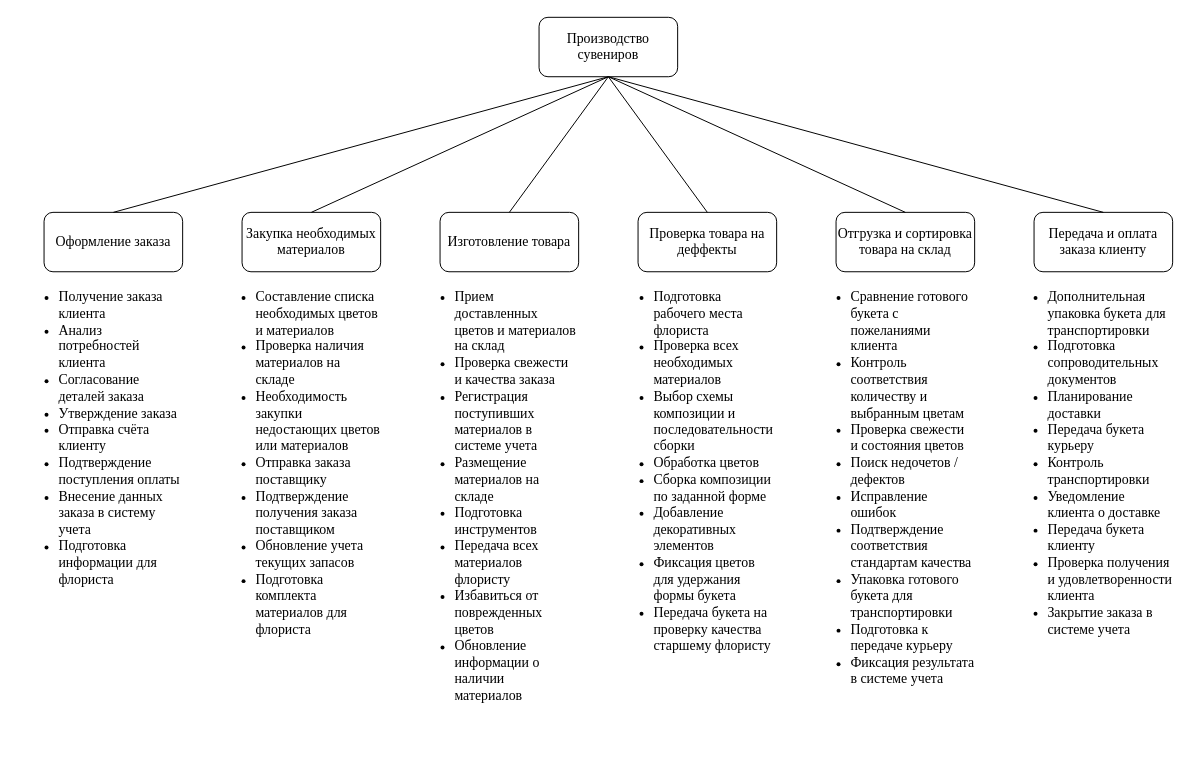
Before: LABB3.drawio in 1kxri/MISPIS, a draw.io diagram. Source tidied: cells renumbered, new cells numbered last; positions are measured from the earlier drawing's top-left corner, leaving out a move shared by most shapes. Both pictures are drawn from the tidied source at 99%, with x=0, y=0 at pixel (17, 17).
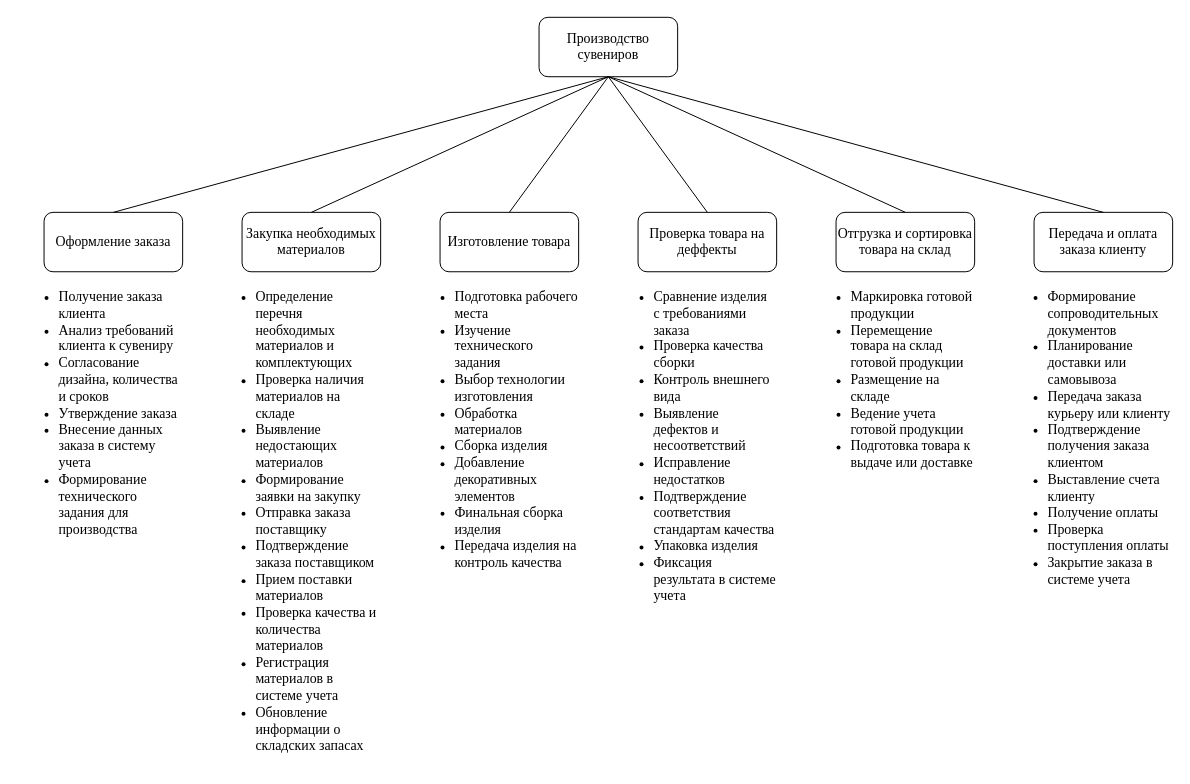
After the change.

What changed in the source:
```diff
@@
-    <mxCell id="15" value="&lt;ul&gt;&lt;li&gt;&lt;span style=&quot;background-color: transparent; color: light-dark(rgb(0, 0, 0), rgb(255, 255, 255)); font-family: &amp;quot;Times New Roman&amp;quot;; font-size: 14px;&quot;&gt;Получение заказа клиента&lt;/span&gt;&lt;/li&gt;&lt;li&gt;&lt;span style=&quot;background-color: transparent; color: light-dark(rgb(0, 0, 0), rgb(255, 255, 255)); font-family: &amp;quot;Times New Roman&amp;quot;; font-size: 14px;&quot;&gt;Анализ потребностей клиента&lt;/span&gt;&lt;/li&gt;&lt;li&gt;&lt;span style=&quot;background-color: transparent; color: light-dark(rgb(0, 0, 0), rgb(255, 255, 255)); font-family: &amp;quot;Times New Roman&amp;quot;; font-size: 14px;&quot;&gt;Согласование деталей заказа&lt;/span&gt;&lt;/li&gt;&lt;li&gt;&lt;span style=&quot;background-color: transparent; color: light-dark(rgb(0, 0, 0), rgb(255, 255, 255)); font-family: &amp;quot;Times New Roman&amp;quot;; font-size: 14px;&quot;&gt;Утверждение заказа&lt;/span&gt;&lt;/li&gt;&lt;li&gt;&lt;span style=&quot;background-color: transparent; color: light-dark(rgb(0, 0, 0), rgb(255, 255, 255)); font-family: &amp;quot;Times New Roman&amp;quot;; font-size: 14px;&quot;&gt;Отправка счёта клиенту&lt;/span&gt;&lt;/li&gt;&lt;li&gt;&lt;span style=&quot;background-color: transparent; color: light-dark(rgb(0, 0, 0), rgb(255, 255, 255)); font-family: &amp;quot;Times New Roman&amp;quot;; font-size: 14px;&quot;&gt;Подтверждение поступления оплаты&lt;/span&gt;&lt;/li&gt;&lt;li&gt;&lt;span style=&quot;background-color: transparent; color: light-dark(rgb(0, 0, 0), rgb(255, 255, 255)); font-family: &amp;quot;Times New Roman&amp;quot;; font-size: 14px;&quot;&gt;Внесение данных заказа в систему учета&lt;/span&gt;&lt;/li&gt;&lt;li&gt;&lt;span style=&quot;background-color: transparent; color: light-dark(rgb(0, 0, 0), rgb(255, 255, 255)); font-family: &amp;quot;Times New Roman&amp;quot;; font-size: 14px;&quot;&gt;Подготовка информации для флориста&lt;/span&gt;&lt;/li&gt;&lt;/ul&gt;" style="text;html=1;whiteSpace=wrap;strokeColor=none;fillColor=none;align=left;verticalAlign=top;rounded=0;horizontal=1;" parent="1" vertex="1">
+    <mxCell id="15" value="&lt;ul&gt;&lt;li&gt;&lt;span style=&quot;background-color: transparent; color: light-dark(rgb(0, 0, 0), rgb(255, 255, 255)); font-family: &amp;quot;Times New Roman&amp;quot;; font-size: 14px;&quot;&gt;Получение заказа клиента&lt;/span&gt;&lt;/li&gt;&lt;li&gt;&lt;font style=&quot;font-size: 14px;&quot; face=&quot;Times New Roman&quot;&gt;Анализ требований клиента к сувениру&lt;/font&gt;&lt;br&gt;&lt;/li&gt;&lt;li&gt;&lt;font face=&quot;Times New Roman&quot; style=&quot;font-size: 14px;&quot;&gt;Согласование дизайна, количества и сроков&lt;/font&gt;&lt;/li&gt;&lt;li&gt;&lt;span style=&quot;background-color: transparent; color: light-dark(rgb(0, 0, 0), rgb(255, 255, 255)); font-family: &amp;quot;Times New Roman&amp;quot;; font-size: 14px;&quot;&gt;Утверждение заказа&lt;/span&gt;&lt;/li&gt;&lt;li&gt;&lt;font style=&quot;font-size: 14px;&quot; face=&quot;Times New Roman&quot;&gt;Внесение данных заказа в систему учета&lt;/font&gt;&lt;/li&gt;&lt;li&gt;&lt;font style=&quot;font-size: 14px;&quot; face=&quot;Times New Roman&quot;&gt;Формирование технического задания для производства&lt;/font&gt;&lt;/li&gt;&lt;/ul&gt;" style="text;html=1;whiteSpace=wrap;strokeColor=none;fillColor=none;align=left;verticalAlign=top;rounded=0;horizontal=1;" parent="1" vertex="1">
       <mxGeometry y="256" width="167" height="455" as="geometry" />
     </mxCell>
-    <mxCell id="16" value="&lt;ul&gt;&lt;li&gt;&lt;font face=&quot;Times New Roman&quot;&gt;&lt;span style=&quot;font-size: 14px;&quot;&gt;Составление списка необходимых цветов и материалов&lt;/span&gt;&lt;/font&gt;&lt;/li&gt;&lt;li&gt;&lt;font face=&quot;Times New Roman&quot;&gt;&lt;span style=&quot;font-size: 14px;&quot;&gt;Проверка наличия&amp;nbsp; материалов на складе&lt;/span&gt;&lt;/font&gt;&lt;/li&gt;&lt;li&gt;&lt;font face=&quot;Times New Roman&quot;&gt;&lt;span style=&quot;font-size: 14px;&quot;&gt;Необходимость закупки недостающих цветов или материалов&lt;/span&gt;&lt;/font&gt;&lt;/li&gt;&lt;li&gt;&lt;font face=&quot;Times New Roman&quot;&gt;&lt;span style=&quot;font-size: 14px;&quot;&gt;Отправка заказа поставщику&lt;/span&gt;&lt;/font&gt;&lt;/li&gt;&lt;li&gt;&lt;font face=&quot;Times New Roman&quot;&gt;&lt;span style=&quot;font-size: 14px;&quot;&gt;Подтверждение получения заказа поставщиком&lt;/span&gt;&lt;/font&gt;&lt;/li&gt;&lt;li&gt;&lt;font face=&quot;Times New Roman&quot;&gt;&lt;span style=&quot;font-size: 14px;&quot;&gt;Обновление учета текущих запасов&lt;/span&gt;&lt;/font&gt;&lt;/li&gt;&lt;li&gt;&lt;font face=&quot;Times New Roman&quot;&gt;&lt;span style=&quot;font-size: 14px;&quot;&gt;Подготовка комплекта материалов для флориста&lt;/span&gt;&lt;/font&gt;&lt;/li&gt;&lt;/ul&gt;" style="text;html=1;whiteSpace=wrap;strokeColor=none;fillColor=none;align=left;verticalAlign=top;rounded=0;" parent="1" vertex="1">
+    <mxCell id="16" value="&lt;ul&gt;&lt;li&gt;&lt;font style=&quot;font-size: 14px;&quot; face=&quot;Times New Roman&quot;&gt;Определение перечня необходимых материалов и комплектующих&lt;/font&gt;&lt;/li&gt;&lt;li&gt;&lt;font style=&quot;font-size: 14px;&quot; face=&quot;Times New Roman&quot;&gt;Проверка наличия материалов на складе&lt;/font&gt;&lt;/li&gt;&lt;li&gt;&lt;font style=&quot;font-size: 14px;&quot; face=&quot;Times New Roman&quot;&gt;Выявление недостающих материалов&lt;/font&gt;&lt;/li&gt;&lt;li&gt;&lt;font style=&quot;font-size: 14px;&quot; face=&quot;Times New Roman&quot;&gt;Формирование заявки на закупку&lt;/font&gt;&lt;/li&gt;&lt;li&gt;&lt;font style=&quot;font-size: 14px;&quot; face=&quot;Times New Roman&quot;&gt;Отправка заказа поставщику&lt;/font&gt;&lt;/li&gt;&lt;li&gt;&lt;font style=&quot;font-size: 14px;&quot; face=&quot;Times New Roman&quot;&gt;Подтверждение заказа поставщиком&lt;/font&gt;&lt;/li&gt;&lt;li&gt;&lt;font style=&quot;font-size: 14px;&quot; face=&quot;Times New Roman&quot;&gt;Прием поставки материалов&lt;/font&gt;&lt;/li&gt;&lt;li&gt;&lt;font style=&quot;font-size: 14px;&quot; face=&quot;Times New Roman&quot;&gt;Проверка качества и количества материалов&lt;/font&gt;&lt;/li&gt;&lt;li&gt;&lt;font style=&quot;font-size: 14px;&quot; face=&quot;Times New Roman&quot;&gt;Регистрация материалов в системе учета&lt;/font&gt;&lt;/li&gt;&lt;li&gt;&lt;font style=&quot;font-size: 14px;&quot; face=&quot;Times New Roman&quot;&gt;Обновление информации о складских запасах&lt;/font&gt;&lt;/li&gt;&lt;/ul&gt;" style="text;html=1;whiteSpace=wrap;strokeColor=none;fillColor=none;align=left;verticalAlign=top;rounded=0;" parent="1" vertex="1">
       <mxGeometry x="199" y="256" width="168" height="455" as="geometry" />
     </mxCell>
-    <mxCell id="17" value="&lt;ul&gt;&lt;li&gt;&lt;font face=&quot;Times New Roman&quot;&gt;&lt;span style=&quot;font-size: 14px;&quot;&gt;Прием доставленных цветов и материалов на склад&lt;/span&gt;&lt;/font&gt;&lt;/li&gt;&lt;li&gt;&lt;font face=&quot;Times New Roman&quot;&gt;&lt;span style=&quot;font-size: 14px;&quot;&gt;Проверка свежести и качества заказа&lt;/span&gt;&lt;/font&gt;&lt;/li&gt;&lt;li&gt;&lt;font face=&quot;Times New Roman&quot;&gt;&lt;span style=&quot;font-size: 14px;&quot;&gt;Регистрация поступивших материалов в системе учета&lt;/span&gt;&lt;/font&gt;&lt;/li&gt;&lt;li&gt;&lt;font face=&quot;Times New Roman&quot;&gt;&lt;span style=&quot;font-size: 14px;&quot;&gt;Размещение материалов на складе&lt;/span&gt;&lt;/font&gt;&lt;/li&gt;&lt;li&gt;&lt;font face=&quot;Times New Roman&quot;&gt;&lt;span style=&quot;font-size: 14px;&quot;&gt;Подготовка инструментов&lt;/span&gt;&lt;/font&gt;&lt;/li&gt;&lt;li&gt;&lt;font face=&quot;Times New Roman&quot;&gt;&lt;span style=&quot;font-size: 14px;&quot;&gt;Передача всех материалов флористу&lt;/span&gt;&lt;/font&gt;&lt;/li&gt;&lt;li&gt;&lt;font face=&quot;Times New Roman&quot;&gt;&lt;span style=&quot;font-size: 14px;&quot;&gt;Избавиться от поврежденных цветов&lt;/span&gt;&lt;/font&gt;&lt;/li&gt;&lt;li&gt;&lt;font face=&quot;Times New Roman&quot;&gt;&lt;span style=&quot;font-size: 14px;&quot;&gt;Обновление информации о наличии материалов&amp;nbsp;&lt;/span&gt;&lt;/font&gt;&lt;/li&gt;&lt;/ul&gt;" style="text;html=1;whiteSpace=wrap;strokeColor=none;fillColor=none;align=left;verticalAlign=top;rounded=0;" parent="1" vertex="1">
+    <mxCell id="17" value="&lt;ul&gt;&lt;li&gt;&lt;font style=&quot;font-size: 14px;&quot; face=&quot;Times New Roman&quot;&gt;Подготовка рабочего места&lt;/font&gt;&lt;/li&gt;&lt;li&gt;&lt;font style=&quot;font-size: 14px;&quot; face=&quot;Times New Roman&quot;&gt;Изучение технического задания&lt;/font&gt;&lt;/li&gt;&lt;li&gt;&lt;font style=&quot;font-size: 14px;&quot; face=&quot;Times New Roman&quot;&gt;Выбор технологии изготовления&lt;/font&gt;&lt;/li&gt;&lt;li&gt;&lt;font style=&quot;font-size: 14px;&quot; face=&quot;Times New Roman&quot;&gt;Обработка материалов&lt;/font&gt;&lt;/li&gt;&lt;li&gt;&lt;font style=&quot;font-size: 14px;&quot; face=&quot;Times New Roman&quot;&gt;Сборка изделия&lt;/font&gt;&lt;/li&gt;&lt;li&gt;&lt;font style=&quot;font-size: 14px;&quot; face=&quot;Times New Roman&quot;&gt;Добавление декоративных элементов&lt;/font&gt;&lt;/li&gt;&lt;li&gt;&lt;font style=&quot;font-size: 14px;&quot; face=&quot;Times New Roman&quot;&gt;Финальная сборка изделия&lt;/font&gt;&lt;/li&gt;&lt;li&gt;&lt;font style=&quot;font-size: 14px;&quot; face=&quot;Times New Roman&quot;&gt;Передача изделия на контроль качеств&lt;/font&gt;&lt;font style=&quot;font-size: 14px;&quot; face=&quot;Times New Roman&quot;&gt;а&lt;/font&gt;&lt;/li&gt;&lt;/ul&gt;" style="text;html=1;whiteSpace=wrap;strokeColor=none;fillColor=none;align=left;verticalAlign=top;rounded=0;" parent="1" vertex="1">
       <mxGeometry x="400" y="256" width="167" height="455" as="geometry" />
     </mxCell>
-    <mxCell id="18" value="&lt;ul&gt;&lt;li&gt;&lt;font face=&quot;Times New Roman&quot;&gt;&lt;span style=&quot;font-size: 14px;&quot;&gt;Подготовка рабочего места флориста&lt;/span&gt;&lt;/font&gt;&lt;/li&gt;&lt;li&gt;&lt;font face=&quot;Times New Roman&quot;&gt;&lt;span style=&quot;font-size: 14px;&quot;&gt;Проверка всех необходимых материалов&lt;/span&gt;&lt;/font&gt;&lt;/li&gt;&lt;li&gt;&lt;font face=&quot;Times New Roman&quot;&gt;&lt;span style=&quot;font-size: 14px;&quot;&gt;Выбор схемы композиции и последовательности сборки&lt;/span&gt;&lt;/font&gt;&lt;/li&gt;&lt;li&gt;&lt;font face=&quot;Times New Roman&quot;&gt;&lt;span style=&quot;font-size: 14px;&quot;&gt;Обработка цветов&lt;/span&gt;&lt;/font&gt;&lt;/li&gt;&lt;li&gt;&lt;font face=&quot;Times New Roman&quot;&gt;&lt;span style=&quot;font-size: 14px;&quot;&gt;Сборка композиции по заданной форме&lt;/span&gt;&lt;/font&gt;&lt;/li&gt;&lt;li&gt;&lt;font face=&quot;Times New Roman&quot;&gt;&lt;span style=&quot;font-size: 14px;&quot;&gt;Добавление декоративных элементов&lt;/span&gt;&lt;/font&gt;&lt;/li&gt;&lt;li&gt;&lt;font face=&quot;Times New Roman&quot;&gt;&lt;span style=&quot;font-size: 14px;&quot;&gt;Фиксация цветов для удержания формы букета&lt;/span&gt;&lt;/font&gt;&lt;/li&gt;&lt;li&gt;&lt;font face=&quot;Times New Roman&quot;&gt;&lt;span style=&quot;font-size: 14px;&quot;&gt;Передача букета на проверку качества старшему флористу&amp;nbsp;&lt;/span&gt;&lt;/font&gt;&lt;/li&gt;&lt;/ul&gt;" style="text;html=1;whiteSpace=wrap;strokeColor=none;fillColor=none;align=left;verticalAlign=top;rounded=0;" parent="1" vertex="1">
+    <mxCell id="18" value="&lt;ul&gt;&lt;li&gt;&lt;font face=&quot;Times New Roman&quot; style=&quot;font-size: 14px;&quot;&gt;Сравнение изделия с требованиями заказа&lt;/font&gt;&lt;/li&gt;&lt;li&gt;&lt;font face=&quot;Times New Roman&quot; style=&quot;font-size: 14px;&quot;&gt;Проверка качества сборки&lt;/font&gt;&lt;/li&gt;&lt;li&gt;&lt;font face=&quot;Times New Roman&quot; style=&quot;font-size: 14px;&quot;&gt;Контроль внешнего вида&lt;/font&gt;&lt;/li&gt;&lt;li&gt;&lt;font face=&quot;Times New Roman&quot; style=&quot;font-size: 14px;&quot;&gt;Выявление дефектов и несоответствий&lt;/font&gt;&lt;/li&gt;&lt;li&gt;&lt;font face=&quot;Times New Roman&quot; style=&quot;font-size: 14px;&quot;&gt;Исправление недостатков&lt;/font&gt;&lt;/li&gt;&lt;li&gt;&lt;font face=&quot;Times New Roman&quot; style=&quot;font-size: 14px;&quot;&gt;Подтверждение соответствия стандартам качества&lt;/font&gt;&lt;/li&gt;&lt;li&gt;&lt;font face=&quot;Times New Roman&quot; style=&quot;font-size: 14px;&quot;&gt;Упаковка изделия&lt;/font&gt;&lt;/li&gt;&lt;li&gt;&lt;font face=&quot;Times New Roman&quot; style=&quot;font-size: 14px;&quot;&gt;Фиксация результата в системе учета&amp;nbsp;&lt;/font&gt;&lt;/li&gt;&lt;/ul&gt;" style="text;html=1;whiteSpace=wrap;strokeColor=none;fillColor=none;align=left;verticalAlign=top;rounded=0;" parent="1" vertex="1">
       <mxGeometry x="601" y="256" width="166" height="455" as="geometry" />
     </mxCell>
-    <mxCell id="19" value="&lt;div&gt;&lt;ul&gt;&lt;li&gt;&lt;font face=&quot;Times New Roman&quot;&gt;&lt;span style=&quot;font-size: 14px;&quot;&gt;Сравнение готового букета с пожеланиями клиента&lt;/span&gt;&lt;/font&gt;&lt;/li&gt;&lt;li&gt;&lt;font face=&quot;Times New Roman&quot;&gt;&lt;span style=&quot;font-size: 14px;&quot;&gt;Контроль соответствия количеству и выбранным цветам&lt;/span&gt;&lt;/font&gt;&lt;/li&gt;&lt;li&gt;&lt;font face=&quot;Times New Roman&quot;&gt;&lt;span style=&quot;font-size: 14px;&quot;&gt;Проверка свежести и состояния цветов&lt;/span&gt;&lt;/font&gt;&lt;/li&gt;&lt;li&gt;&lt;font face=&quot;Times New Roman&quot;&gt;&lt;span style=&quot;font-size: 14px;&quot;&gt;Поиск недочетов / дефектов&lt;/span&gt;&lt;/font&gt;&lt;/li&gt;&lt;li&gt;&lt;font face=&quot;Times New Roman&quot;&gt;&lt;span style=&quot;font-size: 14px;&quot;&gt;Исправление ошибок&lt;/span&gt;&lt;/font&gt;&lt;/li&gt;&lt;li&gt;&lt;font face=&quot;Times New Roman&quot;&gt;&lt;span style=&quot;font-size: 14px;&quot;&gt;Подтверждение соответствия стандартам качества&lt;/span&gt;&lt;/font&gt;&lt;/li&gt;&lt;li&gt;&lt;font face=&quot;Times New Roman&quot;&gt;&lt;span style=&quot;font-size: 14px;&quot;&gt;Упаковка готового букета для транспортировки&lt;/span&gt;&lt;/font&gt;&lt;/li&gt;&lt;li&gt;&lt;font face=&quot;Times New Roman&quot;&gt;&lt;span style=&quot;font-size: 14px;&quot;&gt;Подготовка к передаче курьеру&lt;/span&gt;&lt;/font&gt;&lt;/li&gt;&lt;li&gt;&lt;font face=&quot;Times New Roman&quot;&gt;&lt;span style=&quot;font-size: 14px;&quot;&gt;Фиксация результата в системе учета&lt;/span&gt;&lt;/font&gt;&lt;/li&gt;&lt;/ul&gt;&lt;/div&gt;" style="text;html=1;whiteSpace=wrap;strokeColor=none;fillColor=none;align=left;verticalAlign=top;rounded=0;" parent="1" vertex="1">
+    <mxCell id="19" value="&lt;ul&gt;&lt;li&gt;&lt;font style=&quot;font-size: 14px;&quot; face=&quot;Times New Roman&quot;&gt;Маркировка готовой продукции&lt;/font&gt;&lt;/li&gt;&lt;li&gt;&lt;font style=&quot;font-size: 14px;&quot; face=&quot;Times New Roman&quot;&gt;Перемещение товара на склад готовой продукции&lt;/font&gt;&lt;/li&gt;&lt;li&gt;&lt;font style=&quot;font-size: 14px;&quot; face=&quot;Times New Roman&quot;&gt;Размещение на складе&lt;/font&gt;&lt;/li&gt;&lt;li&gt;&lt;font style=&quot;font-size: 14px;&quot; face=&quot;Times New Roman&quot;&gt;Ведение учета готовой продукции&lt;/font&gt;&lt;/li&gt;&lt;li&gt;&lt;font style=&quot;font-size: 14px;&quot; face=&quot;Times New Roman&quot;&gt;Подготовка товара к выдаче или доставке&lt;/font&gt;&lt;/li&gt;&lt;/ul&gt;" style="text;html=1;whiteSpace=wrap;strokeColor=none;fillColor=none;align=left;verticalAlign=top;rounded=0;" parent="1" vertex="1">
       <mxGeometry x="800" y="256" width="167" height="455" as="geometry" />
     </mxCell>
-    <mxCell id="20" value="&lt;ul&gt;&lt;li&gt;&lt;font face=&quot;Times New Roman&quot;&gt;&lt;span style=&quot;font-size: 14px;&quot;&gt;Дополнительная упаковка букета для транспортировки&lt;/span&gt;&lt;/font&gt;&lt;/li&gt;&lt;li&gt;&lt;font face=&quot;Times New Roman&quot;&gt;&lt;span style=&quot;font-size: 14px;&quot;&gt;Подготовка сопроводительных документов&lt;/span&gt;&lt;/font&gt;&lt;/li&gt;&lt;li&gt;&lt;font face=&quot;Times New Roman&quot;&gt;&lt;span style=&quot;font-size: 14px;&quot;&gt;Планирование доставки&lt;/span&gt;&lt;/font&gt;&lt;/li&gt;&lt;li&gt;&lt;font face=&quot;Times New Roman&quot;&gt;&lt;span style=&quot;font-size: 14px;&quot;&gt;Передача букета курьеру&lt;/span&gt;&lt;/font&gt;&lt;/li&gt;&lt;li&gt;&lt;font face=&quot;Times New Roman&quot;&gt;&lt;span style=&quot;font-size: 14px;&quot;&gt;Контроль транспортировки&lt;/span&gt;&lt;/font&gt;&lt;/li&gt;&lt;li&gt;&lt;font face=&quot;Times New Roman&quot;&gt;&lt;span style=&quot;font-size: 14px;&quot;&gt;Уведомление клиента о доставке&lt;/span&gt;&lt;/font&gt;&lt;/li&gt;&lt;li&gt;&lt;font face=&quot;Times New Roman&quot;&gt;&lt;span style=&quot;font-size: 14px;&quot;&gt;Передача букета клиенту&lt;/span&gt;&lt;/font&gt;&lt;/li&gt;&lt;li&gt;&lt;font face=&quot;Times New Roman&quot;&gt;&lt;span style=&quot;font-size: 14px;&quot;&gt;Проверка получения и удовлетворенности клиента&lt;/span&gt;&lt;/font&gt;&lt;/li&gt;&lt;li&gt;&lt;font face=&quot;Times New Roman&quot;&gt;&lt;span style=&quot;font-size: 14px;&quot;&gt;Закрытие заказа в системе учета&lt;/span&gt;&lt;/font&gt;&lt;/li&gt;&lt;/ul&gt;" style="text;html=1;whiteSpace=wrap;strokeColor=none;fillColor=none;align=left;verticalAlign=top;rounded=0;" parent="1" vertex="1">
+    <mxCell id="20" value="&lt;ul&gt;&lt;li&gt;&lt;font style=&quot;font-size: 14px;&quot; face=&quot;Times New Roman&quot;&gt;Формирование сопроводительных документов&lt;/font&gt;&lt;/li&gt;&lt;li&gt;&lt;font style=&quot;font-size: 14px;&quot; face=&quot;Times New Roman&quot;&gt;Планирование доставки или самовывоза&lt;/font&gt;&lt;/li&gt;&lt;li&gt;&lt;font style=&quot;font-size: 14px;&quot; face=&quot;Times New Roman&quot;&gt;Передача заказа курьеру или клиенту&lt;/font&gt;&lt;/li&gt;&lt;li&gt;&lt;font style=&quot;font-size: 14px;&quot; face=&quot;Times New Roman&quot;&gt;Подтверждение получения заказа клиентом&lt;/font&gt;&lt;/li&gt;&lt;li&gt;&lt;font style=&quot;font-size: 14px;&quot; face=&quot;Times New Roman&quot;&gt;Выставление счета клиенту&lt;/font&gt;&lt;/li&gt;&lt;li&gt;&lt;font style=&quot;font-size: 14px;&quot; face=&quot;Times New Roman&quot;&gt;Получение оплаты&lt;/font&gt;&lt;/li&gt;&lt;li&gt;&lt;font style=&quot;font-size: 14px;&quot; face=&quot;Times New Roman&quot;&gt;Проверка поступления оплаты&lt;/font&gt;&lt;/li&gt;&lt;li&gt;&lt;font style=&quot;font-size: 14px;&quot; face=&quot;Times New Roman&quot;&gt;Закрытие заказа в системе учета&lt;/font&gt;&lt;/li&gt;&lt;/ul&gt;" style="text;html=1;whiteSpace=wrap;strokeColor=none;fillColor=none;align=left;verticalAlign=top;rounded=0;" parent="1" vertex="1">
       <mxGeometry x="999" y="256" width="168" height="455" as="geometry" />
     </mxCell>
```
